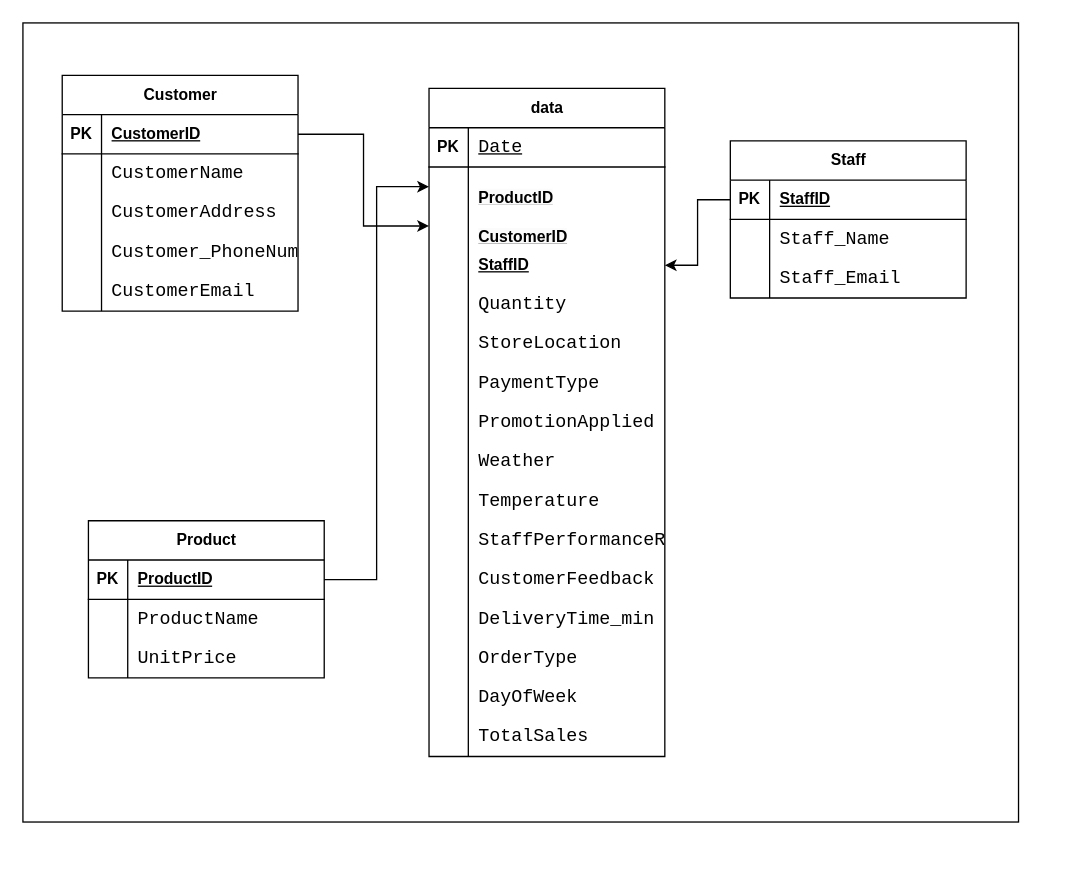
Above: model.drawio in T-leke/etl_orchestration_with_airflow (draw.io), before the change. Source tidied: cells renumbered, new cells numbered last; positions are measured from the earlier drawing's top-left corner, leaving out a move shared by most shapes. Both pictures are drawn from the tidied source at 131%, with x=0, y=0 at pixel (22, 22).
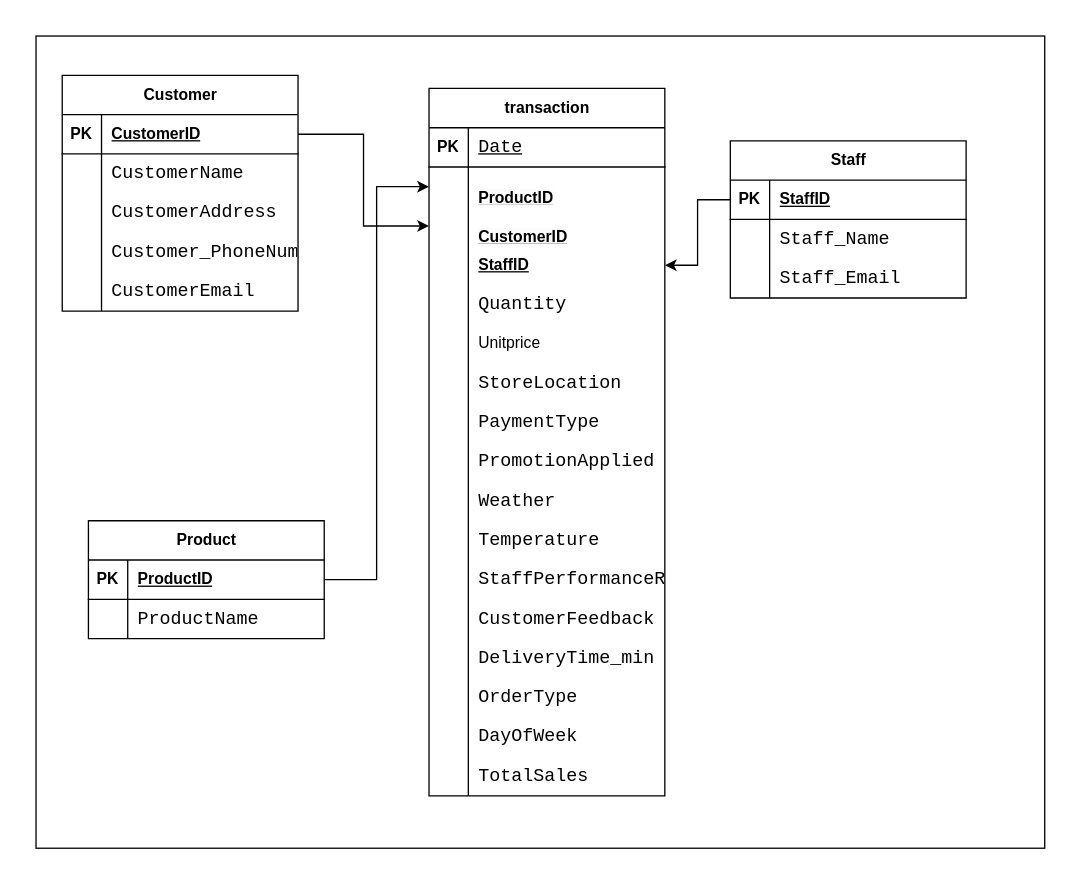
After the change.

Commit message (it also covers changes not shown here):
data cleaning and transformation

Change to the diagram source:
```diff
@@
-    <mxCell id="2" style="rounded=0;whiteSpace=wrap;html=1;" parent="1" vertex="1">
-      <mxGeometry width="760" height="610" as="geometry" />
-    </mxCell>
+    <mxCell id="91" style="rounded=0;whiteSpace=wrap;html=1;" parent="1" vertex="1">
+      <mxGeometry x="10" y="10" width="770" height="620" as="geometry" />
+    </mxCell>
-    <mxCell id="3" value="data" style="shape=table;startSize=30;childLayout=tableLayout;rowLines=0;fontStyle=1;align=center;html=1;fontColor=#000000;" parent="1" vertex="1">
-      <mxGeometry x="310" y="50" width="180" height="510" as="geometry" />
+    <mxCell id="3" value="transaction" style="shape=table;startSize=30;childLayout=tableLayout;rowLines=0;fontStyle=1;align=center;html=1;fontColor=#000000;" parent="1" vertex="1">
+      <mxGeometry x="310" y="50" width="180" height="540" as="geometry" />
     </mxCell>
@@
+    <mxCell id="92" style="shape=tableRow;horizontal=0;startSize=0;swimlaneHead=0;swimlaneBody=0;fillColor=none;top=0;left=0;right=0;bottom=0;fontColor=#000000;" parent="3" vertex="1">
+      <mxGeometry y="180" width="180" height="30" as="geometry" />
+    </mxCell>
+    <mxCell id="93" style="shape=partialRectangle;fillColor=none;top=0;left=0;bottom=0;right=0;overflow=hidden;whiteSpace=wrap;html=1;fontColor=#000000;" parent="92" vertex="1">
+      <mxGeometry width="30" height="30" as="geometry" />
+    </mxCell>
+    <mxCell id="94" value="Unitprice" style="shape=partialRectangle;fillColor=none;top=0;left=0;bottom=0;right=0;align=left;spacingLeft=6;overflow=hidden;whiteSpace=wrap;html=1;fontColor=#000000;" parent="92" vertex="1">
+      <mxGeometry x="30" width="150" height="30" as="geometry" />
+    </mxCell>
     <mxCell id="19" style="shape=tableRow;horizontal=0;startSize=0;swimlaneHead=0;swimlaneBody=0;fillColor=none;top=0;left=0;right=0;bottom=0;fontColor=#000000;" parent="3" vertex="1">
-      <mxGeometry y="180" width="180" height="30" as="geometry" />
+      <mxGeometry y="210" width="180" height="30" as="geometry" />
     </mxCell>
@@
     <mxCell id="22" style="shape=tableRow;horizontal=0;startSize=0;swimlaneHead=0;swimlaneBody=0;fillColor=none;top=0;left=0;right=0;bottom=0;fontColor=#000000;" parent="3" vertex="1">
-      <mxGeometry y="210" width="180" height="30" as="geometry" />
+      <mxGeometry y="240" width="180" height="30" as="geometry" />
     </mxCell>
@@
     <mxCell id="25" style="shape=tableRow;horizontal=0;startSize=0;swimlaneHead=0;swimlaneBody=0;fillColor=none;top=0;left=0;right=0;bottom=0;fontColor=#000000;" parent="3" vertex="1">
-      <mxGeometry y="240" width="180" height="30" as="geometry" />
+      <mxGeometry y="270" width="180" height="30" as="geometry" />
     </mxCell>
@@
     <mxCell id="28" style="shape=tableRow;horizontal=0;startSize=0;swimlaneHead=0;swimlaneBody=0;fillColor=none;top=0;left=0;right=0;bottom=0;fontColor=#000000;" parent="3" vertex="1">
-      <mxGeometry y="270" width="180" height="30" as="geometry" />
+      <mxGeometry y="300" width="180" height="30" as="geometry" />
     </mxCell>
@@
     <mxCell id="31" style="shape=tableRow;horizontal=0;startSize=0;swimlaneHead=0;swimlaneBody=0;fillColor=none;top=0;left=0;right=0;bottom=0;fontColor=#000000;" parent="3" vertex="1">
-      <mxGeometry y="300" width="180" height="30" as="geometry" />
+      <mxGeometry y="330" width="180" height="30" as="geometry" />
     </mxCell>
@@
     <mxCell id="34" style="shape=tableRow;horizontal=0;startSize=0;swimlaneHead=0;swimlaneBody=0;fillColor=none;top=0;left=0;right=0;bottom=0;fontColor=#000000;" parent="3" vertex="1">
-      <mxGeometry y="330" width="180" height="30" as="geometry" />
+      <mxGeometry y="360" width="180" height="30" as="geometry" />
     </mxCell>
@@
     <mxCell id="37" style="shape=tableRow;horizontal=0;startSize=0;swimlaneHead=0;swimlaneBody=0;fillColor=none;top=0;left=0;right=0;bottom=0;fontColor=#000000;" parent="3" vertex="1">
-      <mxGeometry y="360" width="180" height="30" as="geometry" />
+      <mxGeometry y="390" width="180" height="30" as="geometry" />
     </mxCell>
@@
     <mxCell id="40" style="shape=tableRow;horizontal=0;startSize=0;swimlaneHead=0;swimlaneBody=0;fillColor=none;top=0;left=0;right=0;bottom=0;fontColor=#000000;" parent="3" vertex="1">
-      <mxGeometry y="390" width="180" height="30" as="geometry" />
+      <mxGeometry y="420" width="180" height="30" as="geometry" />
     </mxCell>
@@
     <mxCell id="43" style="shape=tableRow;horizontal=0;startSize=0;swimlaneHead=0;swimlaneBody=0;fillColor=none;top=0;left=0;right=0;bottom=0;fontColor=#000000;" parent="3" vertex="1">
-      <mxGeometry y="420" width="180" height="30" as="geometry" />
+      <mxGeometry y="450" width="180" height="30" as="geometry" />
     </mxCell>
@@
     <mxCell id="46" style="shape=tableRow;horizontal=0;startSize=0;swimlaneHead=0;swimlaneBody=0;fillColor=none;top=0;left=0;right=0;bottom=0;fontColor=#000000;" parent="3" vertex="1">
-      <mxGeometry y="450" width="180" height="30" as="geometry" />
+      <mxGeometry y="480" width="180" height="30" as="geometry" />
     </mxCell>
@@
     <mxCell id="49" style="shape=tableRow;horizontal=0;startSize=0;swimlaneHead=0;swimlaneBody=0;fillColor=none;top=0;left=0;right=0;bottom=0;fontColor=#000000;" parent="3" vertex="1">
-      <mxGeometry y="480" width="180" height="30" as="geometry" />
+      <mxGeometry y="510" width="180" height="30" as="geometry" />
     </mxCell>
@@
     <mxCell id="78" value="Product" style="shape=table;startSize=30;childLayout=tableLayout;rowLines=0;fontStyle=1;align=center;html=1;" parent="1" vertex="1">
-      <mxGeometry x="50" y="380" width="180" height="120" as="geometry" />
+      <mxGeometry x="50" y="380" width="180" height="90" as="geometry" />
     </mxCell>
@@
-    <mxCell id="85" style="shape=tableRow;horizontal=0;startSize=0;swimlaneHead=0;swimlaneBody=0;fillColor=none;top=0;left=0;right=0;bottom=0;" parent="78" vertex="1">
-      <mxGeometry y="90" width="180" height="30" as="geometry" />
-    </mxCell>
-    <mxCell id="86" style="shape=partialRectangle;fillColor=none;top=0;left=0;bottom=0;right=0;overflow=hidden;whiteSpace=wrap;html=1;" parent="85" vertex="1">
-      <mxGeometry width="30" height="30" as="geometry" />
-    </mxCell>
-    <mxCell id="87" value="&lt;span style=&quot;font-family: Consolas, &amp;quot;Courier New&amp;quot;, monospace; font-size: 14px; white-space: pre;&quot;&gt;UnitPrice&lt;/span&gt;" style="shape=partialRectangle;fillColor=none;top=0;left=0;bottom=0;right=0;align=left;spacingLeft=6;overflow=hidden;whiteSpace=wrap;html=1;" parent="85" vertex="1">
-      <mxGeometry x="30" width="150" height="30" as="geometry" />
-    </mxCell>
```
